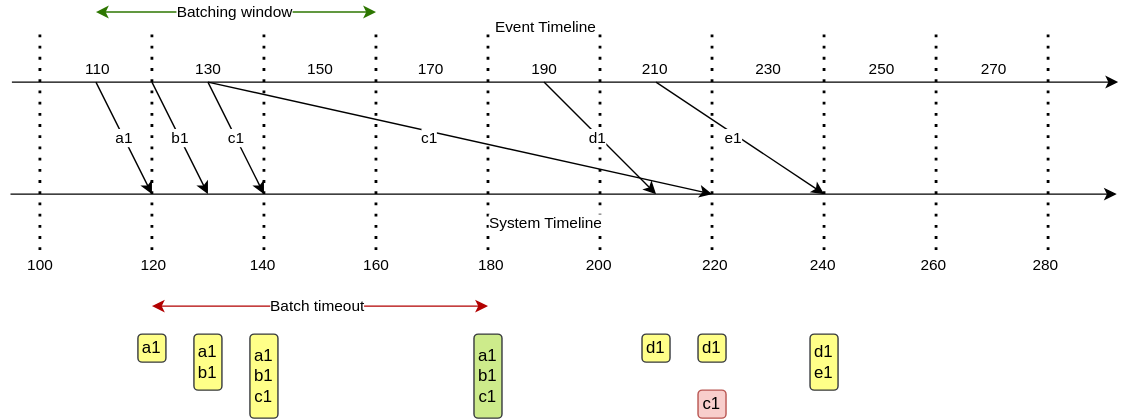
thin-edge/thin-edge.io-specs keeps this draw.io diagram as src/telemetry-data/message-batching/UC4.svg. Above is the earlier version. Source tidied: cells renumbered, new cells last; positions are measured from the earlier drawing's top-left corner, leaving out a move shared by most shapes.
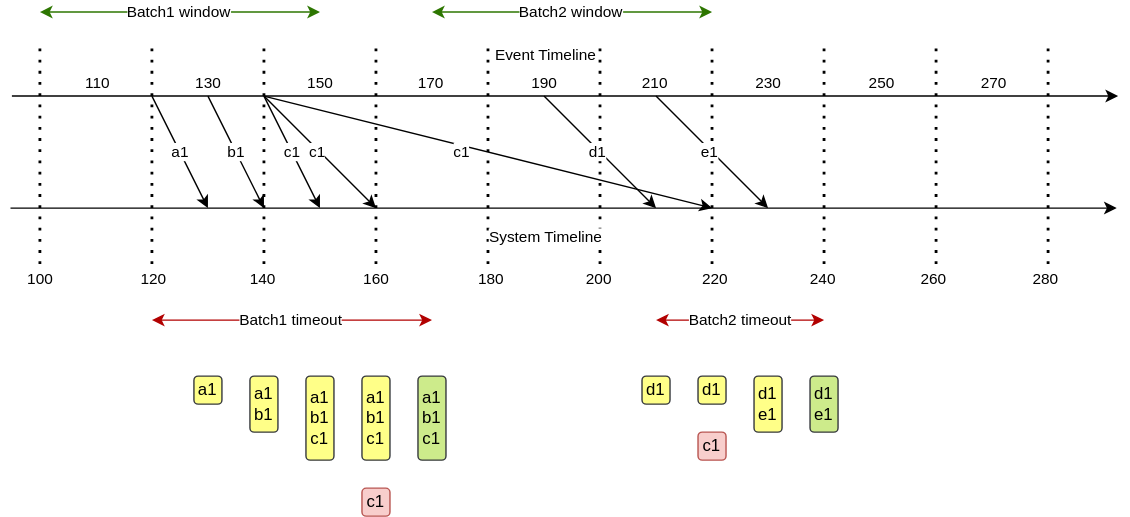
Above is the later version.

The edit, as a diff of the source:
```diff
@@ -120,7 +120,7 @@
     </mxCell>
     <mxCell id="23" value="Event Timeline" style="edgeLabel;html=1;align=center;verticalAlign=middle;" parent="22" vertex="1">
       <mxGeometry x="-0.07" relative="1" as="geometry">
-        <mxPoint x="12" y="-40" as="offset" />
+        <mxPoint x="12" y="-30" as="offset" />
       </mxGeometry>
     </mxCell>
     <mxCell id="24" value="110" style="edgeLabel;html=1;align=center;verticalAlign=middle;" parent="22" vertex="1">
@@ -181,8 +181,8 @@
     </mxCell>
     <mxCell id="35" style="endArrow=classic;html=1;" parent="1" edge="1">
       <mxGeometry relative="1" as="geometry">
-        <mxPoint x="61" y="50" as="sourcePoint" />
-        <mxPoint x="101" y="130" as="targetPoint" />
+        <mxPoint x="101" y="50" as="sourcePoint" />
+        <mxPoint x="141" y="130" as="targetPoint" />
       </mxGeometry>
     </mxCell>
     <mxCell id="36" value="a1" style="edgeLabel;html=1;align=center;verticalAlign=middle;" parent="35" vertex="1">
@@ -192,8 +192,8 @@
     </mxCell>
     <mxCell id="37" style="endArrow=classic;html=1;" parent="1" edge="1">
       <mxGeometry relative="1" as="geometry">
-        <mxPoint x="101" y="50" as="sourcePoint" />
-        <mxPoint x="141" y="130" as="targetPoint" />
+        <mxPoint x="141" y="50" as="sourcePoint" />
+        <mxPoint x="181" y="130" as="targetPoint" />
       </mxGeometry>
     </mxCell>
     <mxCell id="38" value="b1" style="edgeLabel;html=1;align=center;verticalAlign=middle;" parent="37" vertex="1">
@@ -203,8 +203,8 @@
     </mxCell>
     <mxCell id="39" style="endArrow=classic;html=1;" parent="1" edge="1">
       <mxGeometry relative="1" as="geometry">
-        <mxPoint x="141" y="50" as="sourcePoint" />
-        <mxPoint x="181" y="130" as="targetPoint" />
+        <mxPoint x="181" y="50" as="sourcePoint" />
+        <mxPoint x="221" y="130" as="targetPoint" />
       </mxGeometry>
     </mxCell>
     <mxCell id="40" value="c1" style="edgeLabel;html=1;align=center;verticalAlign=middle;" parent="39" vertex="1">
@@ -224,18 +224,18 @@
       </mxGeometry>
     </mxCell>
     <mxCell id="43" value="a1" style="rounded=1;whiteSpace=wrap;html=1;fillColor=#ffff88;strokeColor=#36393d;" parent="1" vertex="1">
-      <mxGeometry x="91" y="230" width="20" height="20" as="geometry" />
+      <mxGeometry x="131" y="250" width="20" height="20" as="geometry" />
     </mxCell>
     <mxCell id="44" value="a1&lt;br&gt;b1" style="rounded=1;whiteSpace=wrap;html=1;fillColor=#ffff88;strokeColor=#36393d;" parent="1" vertex="1">
-      <mxGeometry x="131" y="230" width="20" height="40" as="geometry" />
+      <mxGeometry x="171" y="250" width="20" height="40" as="geometry" />
     </mxCell>
     <mxCell id="45" value="a1&lt;br&gt;b1&lt;br&gt;c1" style="rounded=1;whiteSpace=wrap;html=1;fillColor=#ffff88;strokeColor=#36393d;" parent="1" vertex="1">
-      <mxGeometry x="171" y="230" width="20" height="60" as="geometry" />
+      <mxGeometry x="211" y="250" width="20" height="60" as="geometry" />
     </mxCell>
     <mxCell id="46" style="endArrow=classic;html=1;" parent="1" edge="1">
       <mxGeometry relative="1" as="geometry">
         <mxPoint x="461" y="50" as="sourcePoint" />
-        <mxPoint x="581" y="130" as="targetPoint" />
+        <mxPoint x="541" y="130" as="targetPoint" />
       </mxGeometry>
     </mxCell>
     <mxCell id="47" value="e1" style="edgeLabel;html=1;align=center;verticalAlign=middle;" parent="46" vertex="1">
@@ -244,14 +244,14 @@
       </mxGeometry>
     </mxCell>
     <mxCell id="48" value="a1&lt;br&gt;b1&lt;br&gt;c1" style="rounded=1;whiteSpace=wrap;html=1;fillColor=#cdeb8b;strokeColor=#36393d;" parent="1" vertex="1">
-      <mxGeometry x="331" y="230" width="20" height="60" as="geometry" />
+      <mxGeometry x="291" y="250" width="20" height="60" as="geometry" />
     </mxCell>
     <mxCell id="49" value="d1" style="rounded=1;whiteSpace=wrap;html=1;fillColor=#ffff88;strokeColor=#36393d;" parent="1" vertex="1">
-      <mxGeometry x="451" y="230" width="20" height="20" as="geometry" />
+      <mxGeometry x="451" y="250" width="20" height="20" as="geometry" />
     </mxCell>
     <mxCell id="50" style="endArrow=classic;html=1;" parent="1" edge="1">
       <mxGeometry relative="1" as="geometry">
-        <mxPoint x="141" y="50" as="sourcePoint" />
+        <mxPoint x="181" y="50" as="sourcePoint" />
         <mxPoint x="501" y="130" as="targetPoint" />
       </mxGeometry>
     </mxCell>
@@ -261,31 +261,69 @@
       </mxGeometry>
     </mxCell>
     <mxCell id="52" value="d1&lt;br&gt;e1" style="rounded=1;whiteSpace=wrap;html=1;fillColor=#ffff88;strokeColor=#36393d;" parent="1" vertex="1">
-      <mxGeometry x="571" y="230" width="20" height="40" as="geometry" />
+      <mxGeometry x="531" y="250" width="20" height="40" as="geometry" />
     </mxCell>
     <mxCell id="53" value="d1" style="rounded=1;whiteSpace=wrap;html=1;fillColor=#ffff88;strokeColor=#36393d;" parent="1" vertex="1">
-      <mxGeometry x="491" y="230" width="20" height="20" as="geometry" />
+      <mxGeometry x="491" y="250" width="20" height="20" as="geometry" />
     </mxCell>
     <mxCell id="54" style="endArrow=classic;startArrow=classic;html=1;fillColor=#60a917;strokeColor=#2D7600;" parent="1" edge="1">
       <mxGeometry relative="1" as="geometry">
-        <mxPoint x="61" as="sourcePoint" />
-        <mxPoint x="261" as="targetPoint" />
+        <mxPoint x="21" y="-10" as="sourcePoint" />
+        <mxPoint x="221" y="-10" as="targetPoint" />
       </mxGeometry>
     </mxCell>
-    <mxCell id="55" value="Batching window" style="edgeLabel;html=1;align=center;verticalAlign=middle;" parent="54" vertex="1">
+    <mxCell id="55" value="Batch1&amp;nbsp;window" style="edgeLabel;html=1;align=center;verticalAlign=middle;" parent="54" vertex="1">
       <mxGeometry x="-0.03" y="1" relative="1" as="geometry" />
     </mxCell>
     <mxCell id="56" style="endArrow=classic;startArrow=classic;html=1;fillColor=#e51400;strokeColor=#B20000;" parent="1" edge="1">
       <mxGeometry relative="1" as="geometry">
         <mxPoint x="101" y="210" as="sourcePoint" />
-        <mxPoint x="341" y="210" as="targetPoint" />
+        <mxPoint x="301" y="210" as="targetPoint" />
       </mxGeometry>
     </mxCell>
-    <mxCell id="57" value="Batch timeout" style="edgeLabel;html=1;align=center;verticalAlign=middle;" parent="56" vertex="1">
+    <mxCell id="57" value="Batch1 timeout" style="edgeLabel;html=1;align=center;verticalAlign=middle;" parent="56" vertex="1">
       <mxGeometry x="-0.03" y="1" relative="1" as="geometry" />
     </mxCell>
     <mxCell id="58" value="c1" style="rounded=1;whiteSpace=wrap;html=1;fillColor=#f8cecc;strokeColor=#b85450;" parent="1" vertex="1">
-      <mxGeometry x="491" y="270" width="20" height="20" as="geometry" />
+      <mxGeometry x="491" y="290" width="20" height="20" as="geometry" />
     </mxCell>
+    <mxCell id="59" style="endArrow=classic;startArrow=classic;html=1;fillColor=#60a917;strokeColor=#2D7600;" parent="1" edge="1">
+      <mxGeometry relative="1" as="geometry">
+        <mxPoint x="301" y="-10" as="sourcePoint" />
+        <mxPoint x="501" y="-10" as="targetPoint" />
+      </mxGeometry>
+    </mxCell>
+    <mxCell id="60" value="Batch2 window" style="edgeLabel;html=1;align=center;verticalAlign=middle;" parent="59" vertex="1">
+      <mxGeometry x="-0.03" y="1" relative="1" as="geometry" />
+    </mxCell>
+    <mxCell id="61" value="d1&lt;br&gt;e1" style="rounded=1;whiteSpace=wrap;html=1;fillColor=#cdeb8b;strokeColor=#36393d;" parent="1" vertex="1">
+      <mxGeometry x="571" y="250" width="20" height="40" as="geometry" />
+    </mxCell>
+    <mxCell id="62" style="endArrow=classic;startArrow=classic;html=1;fillColor=#e51400;strokeColor=#B20000;" parent="1" edge="1">
+      <mxGeometry relative="1" as="geometry">
+        <mxPoint x="461" y="210" as="sourcePoint" />
+        <mxPoint x="581" y="210" as="targetPoint" />
+      </mxGeometry>
+    </mxCell>
+    <mxCell id="63" value="Batch2 timeout" style="edgeLabel;html=1;align=center;verticalAlign=middle;" parent="62" vertex="1">
+      <mxGeometry x="-0.03" y="1" relative="1" as="geometry" />
+    </mxCell>
+    <mxCell id="64" style="endArrow=classic;html=1;" parent="1" edge="1">
+      <mxGeometry relative="1" as="geometry">
+        <mxPoint x="181" y="50" as="sourcePoint" />
+        <mxPoint x="261" y="130" as="targetPoint" />
+      </mxGeometry>
+    </mxCell>
+    <mxCell id="65" value="c1" style="edgeLabel;html=1;align=center;verticalAlign=middle;" parent="64" vertex="1">
+      <mxGeometry x="-0.14" y="1" relative="1" as="geometry">
+        <mxPoint x="2" y="6" as="offset" />
+      </mxGeometry>
+    </mxCell>
+    <mxCell id="66" value="a1&lt;br&gt;b1&lt;br&gt;c1" style="rounded=1;whiteSpace=wrap;html=1;fillColor=#ffff88;strokeColor=#36393d;" parent="1" vertex="1">
+      <mxGeometry x="251" y="250" width="20" height="60" as="geometry" />
+    </mxCell>
+    <mxCell id="67" value="c1" style="rounded=1;whiteSpace=wrap;html=1;fillColor=#f8cecc;strokeColor=#b85450;" parent="1" vertex="1">
+      <mxGeometry x="251" y="330" width="20" height="20" as="geometry" />
+    </mxCell>
   </root>
 </mxGraphModel>
```
